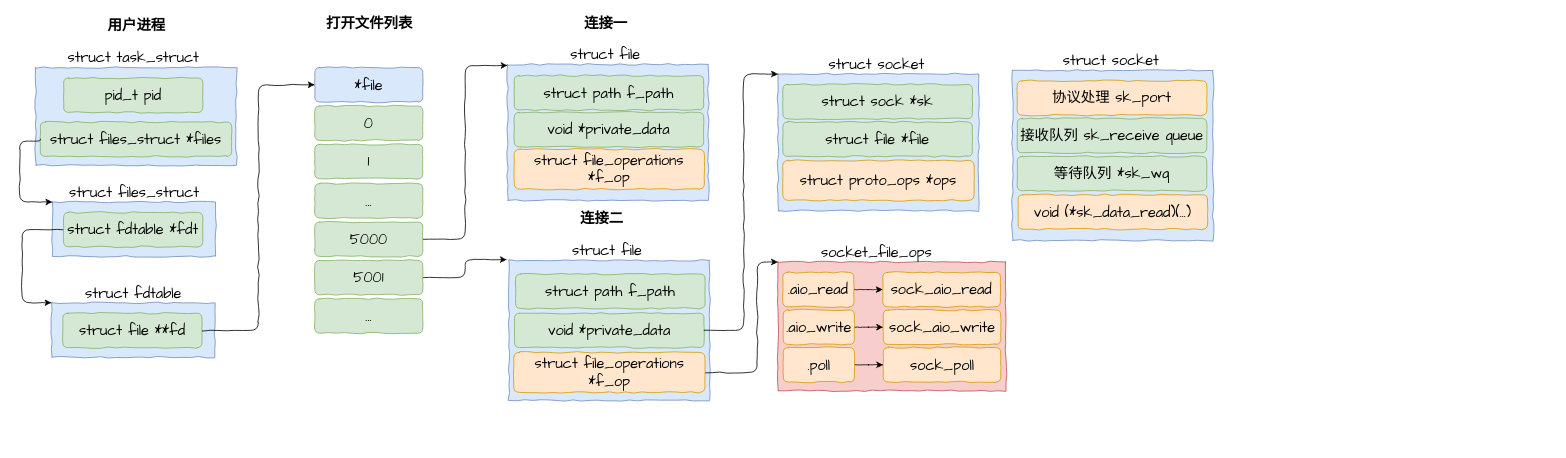
The draw.io diagram Untitled Diagram.drawio in xiaoyuwyj/ife2015, before the edit. Source tidied: cells renumbered, new cells numbered last; positions are measured from the earlier drawing's top-left corner, leaving out a move shared by most shapes. Both pictures are drawn from the tidied source at 80%, with x=0, y=0 at pixel (19, 15).
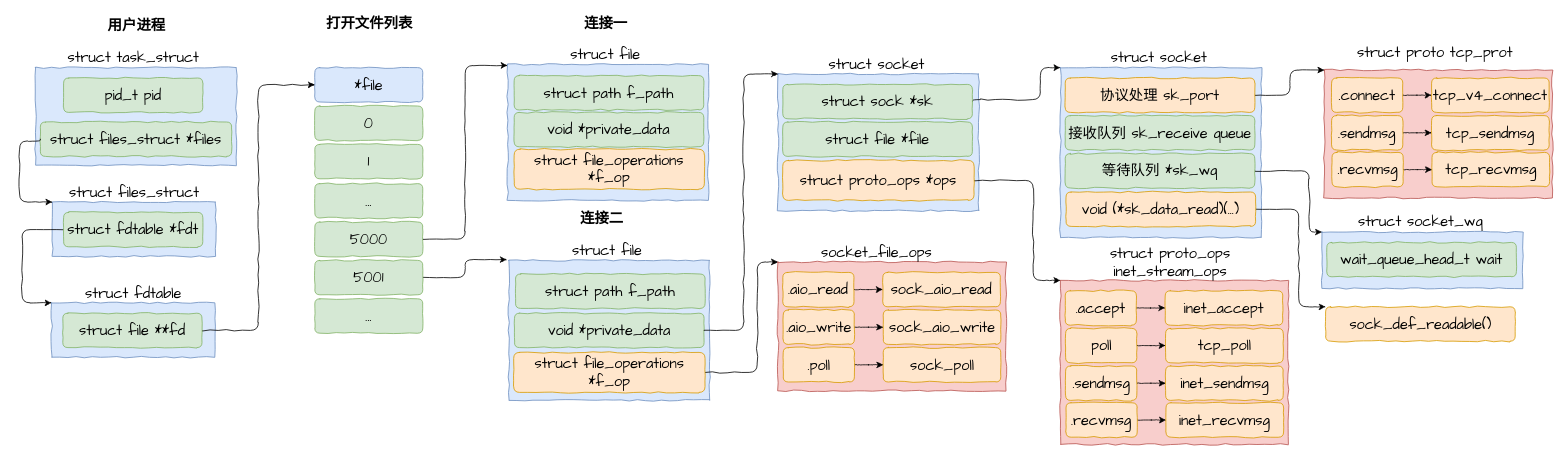
After the change.

The change refers to these unchanged cells:
```xml
<mxCell id="29" value="&lt;h2&gt;&lt;font face=&quot;Comic Sans MS&quot; style=&quot;font-weight: normal&quot;&gt;struct sock *sk&lt;/font&gt;&lt;/h2&gt;" style="whiteSpace=wrap;html=1;fillColor=#d5e8d4;strokeColor=#82b366;fillStyle=solid;glass=0;shadow=0;sketchStyle=comic;rounded=1;comic=1;" parent="1" vertex="1">
  <mxGeometry x="954" y="86" width="237" height="43" as="geometry" />
</mxCell>
<mxCell id="30" value="&lt;font face=&quot;Comic Sans MS&quot; style=&quot;font-size: 18px&quot;&gt;struct proto_ops *ops&lt;/font&gt;" style="whiteSpace=wrap;html=1;fillColor=#ffe6cc;strokeColor=#d79b00;fillStyle=solid;sketchStyle=comic;rounded=1;comic=1;" parent="1" vertex="1">
  <mxGeometry x="953.9" y="181" width="239.2" height="50" as="geometry" />
</mxCell>
```

Diff of the diagram source:
```diff
@@
+    <mxCell id="62" style="edgeStyle=orthogonalEdgeStyle;rounded=1;jettySize=auto;html=1;exitX=1;exitY=0.5;exitDx=0;exitDy=0;entryX=0;entryY=0;entryDx=0;entryDy=0;fontFamily=Comic Sans MS;fontSize=18;comic=1;" parent="1" edge="1" source="29" target="56">
+      <mxGeometry relative="1" as="geometry">
+        <Array as="points">
+          <mxPoint x="1191" y="105" />
+          <mxPoint x="1276" y="105" />
+          <mxPoint x="1276" y="65" />
+        </Array>
+      </mxGeometry>
+    </mxCell>
@@
+    <mxCell id="63" style="edgeStyle=orthogonalEdgeStyle;rounded=1;jettySize=auto;html=1;exitX=1;exitY=0.5;exitDx=0;exitDy=0;entryX=0;entryY=0;entryDx=0;entryDy=0;fontFamily=Comic Sans MS;fontSize=18;comic=1;" parent="1" edge="1" source="30" target="67">
+      <mxGeometry relative="1" as="geometry">
+        <Array as="points">
+          <mxPoint x="1267" y="206" />
+          <mxPoint x="1267" y="331" />
+        </Array>
+      </mxGeometry>
+    </mxCell>
@@
     <mxCell id="56" style="whiteSpace=wrap;html=1;fillColor=#dae8fc;strokeColor=#6c8ebf;fillStyle=solid;sketchStyle=comic;rounded=0;comic=1;" parent="1" vertex="1">
-      <mxGeometry x="1241" y="68.5" width="251" height="212.5" as="geometry" />
+      <mxGeometry x="1301" y="65" width="251" height="212.5" as="geometry" />
     </mxCell>
+    <mxCell id="64" style="edgeStyle=orthogonalEdgeStyle;rounded=1;jettySize=auto;html=1;exitX=1;exitY=0.5;exitDx=0;exitDy=0;entryX=0;entryY=0;entryDx=0;entryDy=0;fontFamily=Comic Sans MS;fontSize=18;comic=1;" parent="1" edge="1" source="57" target="81">
+      <mxGeometry relative="1" as="geometry">
+        <Array as="points">
+          <mxPoint x="1588" y="99" />
+          <mxPoint x="1588" y="68" />
+        </Array>
+      </mxGeometry>
+    </mxCell>
     <mxCell id="57" value="&lt;h2&gt;&lt;font face=&quot;Comic Sans MS&quot;&gt;&lt;span style=&quot;font-weight: 400&quot;&gt;协议处理 sk_port&lt;/span&gt;&lt;/font&gt;&lt;/h2&gt;" style="whiteSpace=wrap;html=1;fillColor=#ffe6cc;strokeColor=#d79b00;fillStyle=solid;glass=0;shadow=0;sketchStyle=comic;rounded=1;comic=1;" parent="1" vertex="1">
-      <mxGeometry x="1247" y="81.5" width="237" height="43" as="geometry" />
+      <mxGeometry x="1307" y="78" width="237" height="43" as="geometry" />
     </mxCell>
     <mxCell id="58" value="&lt;font face=&quot;Comic Sans MS&quot; style=&quot;font-size: 18px&quot;&gt;struct socket&lt;/font&gt;" style="text;html=1;align=center;verticalAlign=middle;strokeColor=none;rounded=1;comic=1;" parent="1" vertex="1">
-      <mxGeometry x="1301.5" y="45.5" width="124" height="21" as="geometry" />
+      <mxGeometry x="1361.5" y="42" width="124" height="21" as="geometry" />
     </mxCell>
     <mxCell id="59" value="&lt;h2&gt;&lt;font face=&quot;Comic Sans MS&quot; style=&quot;font-weight: normal&quot;&gt;接收队列 sk_receive queue&lt;/font&gt;&lt;/h2&gt;" style="whiteSpace=wrap;html=1;fillColor=#d5e8d4;strokeColor=#82b366;fillStyle=solid;glass=0;shadow=0;sketchStyle=comic;rounded=1;comic=1;" parent="1" vertex="1">
-      <mxGeometry x="1247" y="128.5" width="237" height="43" as="geometry" />
+      <mxGeometry x="1307" y="125" width="237" height="43" as="geometry" />
     </mxCell>
+    <mxCell id="65" style="edgeStyle=orthogonalEdgeStyle;rounded=1;jettySize=auto;html=1;exitX=1;exitY=0.5;exitDx=0;exitDy=0;entryX=0;entryY=0;entryDx=0;entryDy=0;fontFamily=Comic Sans MS;fontSize=18;comic=1;" parent="1" edge="1" source="60" target="92">
+      <mxGeometry relative="1" as="geometry">
+        <Array as="points">
+          <mxPoint x="1612" y="194" />
+          <mxPoint x="1612" y="271" />
+        </Array>
+      </mxGeometry>
+    </mxCell>
     <mxCell id="60" value="&lt;h2&gt;&lt;font face=&quot;Comic Sans MS&quot;&gt;&lt;span style=&quot;font-weight: 400&quot;&gt;等待队列 *sk_wq&lt;/span&gt;&lt;/font&gt;&lt;/h2&gt;" style="whiteSpace=wrap;html=1;fillColor=#d5e8d4;strokeColor=#82b366;fillStyle=solid;glass=0;shadow=0;sketchStyle=comic;rounded=1;comic=1;" parent="1" vertex="1">
-      <mxGeometry x="1247" y="176" width="237" height="43" as="geometry" />
+      <mxGeometry x="1307" y="172.5" width="237" height="43" as="geometry" />
     </mxCell>
+    <mxCell id="66" style="edgeStyle=orthogonalEdgeStyle;rounded=1;jettySize=auto;html=1;exitX=1;exitY=0.5;exitDx=0;exitDy=0;entryX=0;entryY=0;entryDx=0;entryDy=0;fontFamily=Comic Sans MS;fontSize=18;comic=1;" parent="1" edge="1" source="61" target="95">
+      <mxGeometry relative="1" as="geometry">
+        <Array as="points">
+          <mxPoint x="1599" y="242" />
+          <mxPoint x="1599" y="364" />
+        </Array>
+      </mxGeometry>
+    </mxCell>
     <mxCell id="61" value="&lt;h2&gt;&lt;font face=&quot;Comic Sans MS&quot; style=&quot;font-weight: normal&quot;&gt;void (*sk_data_read)(...)&lt;/font&gt;&lt;/h2&gt;" style="whiteSpace=wrap;html=1;fillColor=#ffe6cc;strokeColor=#d79b00;fillStyle=solid;glass=0;shadow=0;sketchStyle=comic;rounded=1;comic=1;" parent="1" vertex="1">
-      <mxGeometry x="1248" y="224" width="237" height="43" as="geometry" />
+      <mxGeometry x="1308" y="220.5" width="237" height="43" as="geometry" />
     </mxCell>
+    <mxCell id="67" style="whiteSpace=wrap;html=1;fillColor=#f8cecc;strokeColor=#b85450;fillStyle=solid;sketchStyle=comic;rounded=0;comic=1;" parent="1" vertex="1">
+      <mxGeometry x="1301" y="331" width="285" height="205" as="geometry" />
+    </mxCell>
+    <mxCell id="68" style="edgeStyle=orthogonalEdgeStyle;rounded=1;comic=1;jettySize=auto;html=1;exitX=1;exitY=0.5;exitDx=0;exitDy=0;fontFamily=Comic Sans MS;fontSize=18;" parent="1" edge="1" source="69" target="71">
+      <mxGeometry relative="1" as="geometry" />
+    </mxCell>
+    <mxCell id="69" value="&lt;h2&gt;&lt;font face=&quot;Comic Sans MS&quot; style=&quot;font-weight: normal&quot;&gt;.accept&lt;/font&gt;&lt;/h2&gt;" style="whiteSpace=wrap;html=1;fillColor=#ffe6cc;strokeColor=#d79b00;fillStyle=solid;glass=0;shadow=0;sketchStyle=comic;rounded=1;comic=1;" parent="1" vertex="1">
+      <mxGeometry x="1307" y="344" width="89" height="43" as="geometry" />
+    </mxCell>
+    <mxCell id="70" value="&lt;font face=&quot;Comic Sans MS&quot; style=&quot;font-size: 18px&quot;&gt;struct proto_ops&lt;br&gt;inet_stream_ops&lt;br&gt;&lt;/font&gt;" style="text;html=1;align=center;verticalAlign=middle;strokeColor=none;rounded=1;comic=1;" parent="1" vertex="1">
+      <mxGeometry x="1361.5" y="289" width="153" height="39" as="geometry" />
+    </mxCell>
+    <mxCell id="71" value="&lt;h2&gt;&lt;font face=&quot;Comic Sans MS&quot; style=&quot;font-weight: normal&quot;&gt;inet_accept&lt;/font&gt;&lt;/h2&gt;" style="whiteSpace=wrap;html=1;fillColor=#ffe6cc;strokeColor=#d79b00;fillStyle=solid;glass=0;shadow=0;sketchStyle=comic;rounded=1;comic=1;" parent="1" vertex="1">
+      <mxGeometry x="1432" y="344" width="147" height="43" as="geometry" />
+    </mxCell>
+    <mxCell id="72" style="edgeStyle=orthogonalEdgeStyle;rounded=1;comic=1;jettySize=auto;html=1;exitX=1;exitY=0.5;exitDx=0;exitDy=0;fontFamily=Comic Sans MS;fontSize=18;" parent="1" edge="1" source="73" target="74">
+      <mxGeometry relative="1" as="geometry" />
+    </mxCell>
+    <mxCell id="73" value="&lt;h2&gt;&lt;font face=&quot;Comic Sans MS&quot; style=&quot;font-weight: normal&quot;&gt;poll&lt;/font&gt;&lt;/h2&gt;" style="whiteSpace=wrap;html=1;fillColor=#ffe6cc;strokeColor=#d79b00;fillStyle=solid;glass=0;shadow=0;sketchStyle=comic;rounded=1;comic=1;" parent="1" vertex="1">
+      <mxGeometry x="1307.5" y="391" width="89" height="43" as="geometry" />
+    </mxCell>
+    <mxCell id="74" value="&lt;h2&gt;&lt;font face=&quot;Comic Sans MS&quot; style=&quot;font-weight: normal&quot;&gt;tcp_poll&lt;/font&gt;&lt;/h2&gt;" style="whiteSpace=wrap;html=1;fillColor=#ffe6cc;strokeColor=#d79b00;fillStyle=solid;glass=0;shadow=0;sketchStyle=comic;rounded=1;comic=1;" parent="1" vertex="1">
+      <mxGeometry x="1432.5" y="391" width="147" height="43" as="geometry" />
+    </mxCell>
+    <mxCell id="75" style="edgeStyle=orthogonalEdgeStyle;rounded=1;comic=1;jettySize=auto;html=1;exitX=1;exitY=0.5;exitDx=0;exitDy=0;fontFamily=Comic Sans MS;fontSize=18;" parent="1" edge="1" source="76" target="77">
+      <mxGeometry relative="1" as="geometry" />
+    </mxCell>
+    <mxCell id="76" value="&lt;h2&gt;&lt;font face=&quot;Comic Sans MS&quot; style=&quot;font-weight: normal&quot;&gt;.sendmsg&lt;/font&gt;&lt;/h2&gt;" style="whiteSpace=wrap;html=1;fillColor=#ffe6cc;strokeColor=#d79b00;fillStyle=solid;glass=0;shadow=0;sketchStyle=comic;rounded=1;comic=1;" parent="1" vertex="1">
+      <mxGeometry x="1307.5" y="438" width="89" height="43" as="geometry" />
+    </mxCell>
+    <mxCell id="77" value="&lt;h2&gt;&lt;font face=&quot;Comic Sans MS&quot; style=&quot;font-weight: normal&quot;&gt;inet_sendmsg&lt;/font&gt;&lt;/h2&gt;" style="whiteSpace=wrap;html=1;fillColor=#ffe6cc;strokeColor=#d79b00;fillStyle=solid;glass=0;shadow=0;sketchStyle=comic;rounded=1;comic=1;" parent="1" vertex="1">
+      <mxGeometry x="1432.5" y="438" width="147" height="43" as="geometry" />
+    </mxCell>
+    <mxCell id="78" style="edgeStyle=orthogonalEdgeStyle;rounded=1;comic=1;jettySize=auto;html=1;exitX=1;exitY=0.5;exitDx=0;exitDy=0;fontFamily=Comic Sans MS;fontSize=18;" parent="1" edge="1" source="79" target="80">
+      <mxGeometry relative="1" as="geometry" />
+    </mxCell>
+    <mxCell id="79" value="&lt;h2&gt;&lt;font face=&quot;Comic Sans MS&quot; style=&quot;font-weight: normal&quot;&gt;.recvmsg&lt;/font&gt;&lt;/h2&gt;" style="whiteSpace=wrap;html=1;fillColor=#ffe6cc;strokeColor=#d79b00;fillStyle=solid;glass=0;shadow=0;sketchStyle=comic;rounded=1;comic=1;" parent="1" vertex="1">
+      <mxGeometry x="1308" y="484" width="89" height="43" as="geometry" />
+    </mxCell>
+    <mxCell id="80" value="&lt;h2&gt;&lt;font face=&quot;Comic Sans MS&quot; style=&quot;font-weight: normal&quot;&gt;inet_recvmsg&lt;/font&gt;&lt;/h2&gt;" style="whiteSpace=wrap;html=1;fillColor=#ffe6cc;strokeColor=#d79b00;fillStyle=solid;glass=0;shadow=0;sketchStyle=comic;rounded=1;comic=1;" parent="1" vertex="1">
+      <mxGeometry x="1433" y="484" width="147" height="43" as="geometry" />
+    </mxCell>
+    <mxCell id="81" style="whiteSpace=wrap;html=1;fillColor=#f8cecc;strokeColor=#b85450;fillStyle=solid;sketchStyle=comic;rounded=0;comic=1;" parent="1" vertex="1">
+      <mxGeometry x="1631" y="68" width="285" height="160" as="geometry" />
+    </mxCell>
+    <mxCell id="82" value="&lt;font face=&quot;Comic Sans MS&quot; style=&quot;font-size: 18px&quot;&gt;struct proto tcp_prot&lt;br&gt;&lt;/font&gt;" style="text;html=1;align=center;verticalAlign=middle;strokeColor=none;rounded=1;comic=1;" parent="1" vertex="1">
+      <mxGeometry x="1671.5" y="35" width="194" height="21" as="geometry" />
+    </mxCell>
+    <mxCell id="83" style="edgeStyle=orthogonalEdgeStyle;rounded=1;comic=1;jettySize=auto;html=1;exitX=1;exitY=0.5;exitDx=0;exitDy=0;fontFamily=Comic Sans MS;fontSize=18;" parent="1" edge="1" source="84" target="85">
+      <mxGeometry relative="1" as="geometry" />
+    </mxCell>
+    <mxCell id="84" value="&lt;h2&gt;&lt;font face=&quot;Comic Sans MS&quot; style=&quot;font-weight: normal&quot;&gt;.connect&lt;/font&gt;&lt;/h2&gt;" style="whiteSpace=wrap;html=1;fillColor=#ffe6cc;strokeColor=#d79b00;fillStyle=solid;glass=0;shadow=0;sketchStyle=comic;rounded=1;comic=1;" parent="1" vertex="1">
+      <mxGeometry x="1640" y="78" width="89" height="43" as="geometry" />
+    </mxCell>
+    <mxCell id="85" value="&lt;h2&gt;&lt;font face=&quot;Comic Sans MS&quot; style=&quot;font-weight: normal&quot;&gt;tcp_v4_connect&lt;/font&gt;&lt;/h2&gt;" style="whiteSpace=wrap;html=1;fillColor=#ffe6cc;strokeColor=#d79b00;fillStyle=solid;glass=0;shadow=0;sketchStyle=comic;rounded=1;comic=1;" parent="1" vertex="1">
+      <mxGeometry x="1765" y="78" width="147" height="43" as="geometry" />
+    </mxCell>
+    <mxCell id="86" style="edgeStyle=orthogonalEdgeStyle;rounded=1;comic=1;jettySize=auto;html=1;exitX=1;exitY=0.5;exitDx=0;exitDy=0;fontFamily=Comic Sans MS;fontSize=18;" parent="1" edge="1" source="87" target="88">
+      <mxGeometry relative="1" as="geometry" />
+    </mxCell>
+    <mxCell id="87" value="&lt;h2&gt;&lt;font face=&quot;Comic Sans MS&quot; style=&quot;font-weight: normal&quot;&gt;.sendmsg&lt;/font&gt;&lt;/h2&gt;" style="whiteSpace=wrap;html=1;fillColor=#ffe6cc;strokeColor=#d79b00;fillStyle=solid;glass=0;shadow=0;sketchStyle=comic;rounded=1;comic=1;" parent="1" vertex="1">
+      <mxGeometry x="1640" y="125" width="89" height="43" as="geometry" />
+    </mxCell>
+    <mxCell id="88" value="&lt;h2&gt;&lt;font face=&quot;Comic Sans MS&quot; style=&quot;font-weight: normal&quot;&gt;tcp_sendmsg&lt;/font&gt;&lt;/h2&gt;" style="whiteSpace=wrap;html=1;fillColor=#ffe6cc;strokeColor=#d79b00;fillStyle=solid;glass=0;shadow=0;sketchStyle=comic;rounded=1;comic=1;" parent="1" vertex="1">
+      <mxGeometry x="1765" y="125" width="147" height="43" as="geometry" />
+    </mxCell>
+    <mxCell id="89" style="edgeStyle=orthogonalEdgeStyle;rounded=1;comic=1;jettySize=auto;html=1;exitX=1;exitY=0.5;exitDx=0;exitDy=0;fontFamily=Comic Sans MS;fontSize=18;" parent="1" edge="1" source="90" target="91">
+      <mxGeometry relative="1" as="geometry" />
+    </mxCell>
+    <mxCell id="90" value="&lt;h2&gt;&lt;font face=&quot;Comic Sans MS&quot; style=&quot;font-weight: normal&quot;&gt;.recvmsg&lt;/font&gt;&lt;/h2&gt;" style="whiteSpace=wrap;html=1;fillColor=#ffe6cc;strokeColor=#d79b00;fillStyle=solid;glass=0;shadow=0;sketchStyle=comic;rounded=1;comic=1;" parent="1" vertex="1">
+      <mxGeometry x="1640.5" y="171" width="89" height="43" as="geometry" />
+    </mxCell>
+    <mxCell id="91" value="&lt;h2&gt;&lt;font face=&quot;Comic Sans MS&quot; style=&quot;font-weight: normal&quot;&gt;tcp_recvmsg&lt;/font&gt;&lt;/h2&gt;" style="whiteSpace=wrap;html=1;fillColor=#ffe6cc;strokeColor=#d79b00;fillStyle=solid;glass=0;shadow=0;sketchStyle=comic;rounded=1;comic=1;" parent="1" vertex="1">
+      <mxGeometry x="1765.5" y="171" width="147" height="43" as="geometry" />
+    </mxCell>
+    <mxCell id="92" style="whiteSpace=wrap;html=1;fillColor=#dae8fc;strokeColor=#6c8ebf;fillStyle=solid;sketchStyle=comic;rounded=0;comic=1;" parent="1" vertex="1">
+      <mxGeometry x="1628" y="270.5" width="251" height="70.5" as="geometry" />
+    </mxCell>
+    <mxCell id="93" value="&lt;h2&gt;&lt;font face=&quot;Comic Sans MS&quot; style=&quot;font-weight: normal&quot;&gt;wait_queue_head_t wait&lt;/font&gt;&lt;/h2&gt;" style="whiteSpace=wrap;html=1;fillColor=#d5e8d4;strokeColor=#82b366;fillStyle=solid;glass=0;shadow=0;sketchStyle=comic;rounded=1;comic=1;" parent="1" vertex="1">
+      <mxGeometry x="1634" y="283.5" width="237" height="43" as="geometry" />
+    </mxCell>
+    <mxCell id="94" value="&lt;font face=&quot;Comic Sans MS&quot; style=&quot;font-size: 18px&quot;&gt;struct socket_wq&lt;/font&gt;" style="text;html=1;align=center;verticalAlign=middle;strokeColor=none;rounded=1;comic=1;" parent="1" vertex="1">
+      <mxGeometry x="1672.5" y="247.5" width="157" height="21" as="geometry" />
+    </mxCell>
+    <mxCell id="95" value="&lt;h2&gt;&lt;font face=&quot;Comic Sans MS&quot; style=&quot;font-weight: normal&quot;&gt;sock_def_readable()&lt;/font&gt;&lt;/h2&gt;" style="whiteSpace=wrap;html=1;fillColor=#ffe6cc;strokeColor=#d79b00;fillStyle=solid;glass=0;shadow=0;sketchStyle=comic;rounded=1;comic=1;" parent="1" vertex="1">
+      <mxGeometry x="1632.5" y="364" width="237" height="43" as="geometry" />
+    </mxCell>
```
